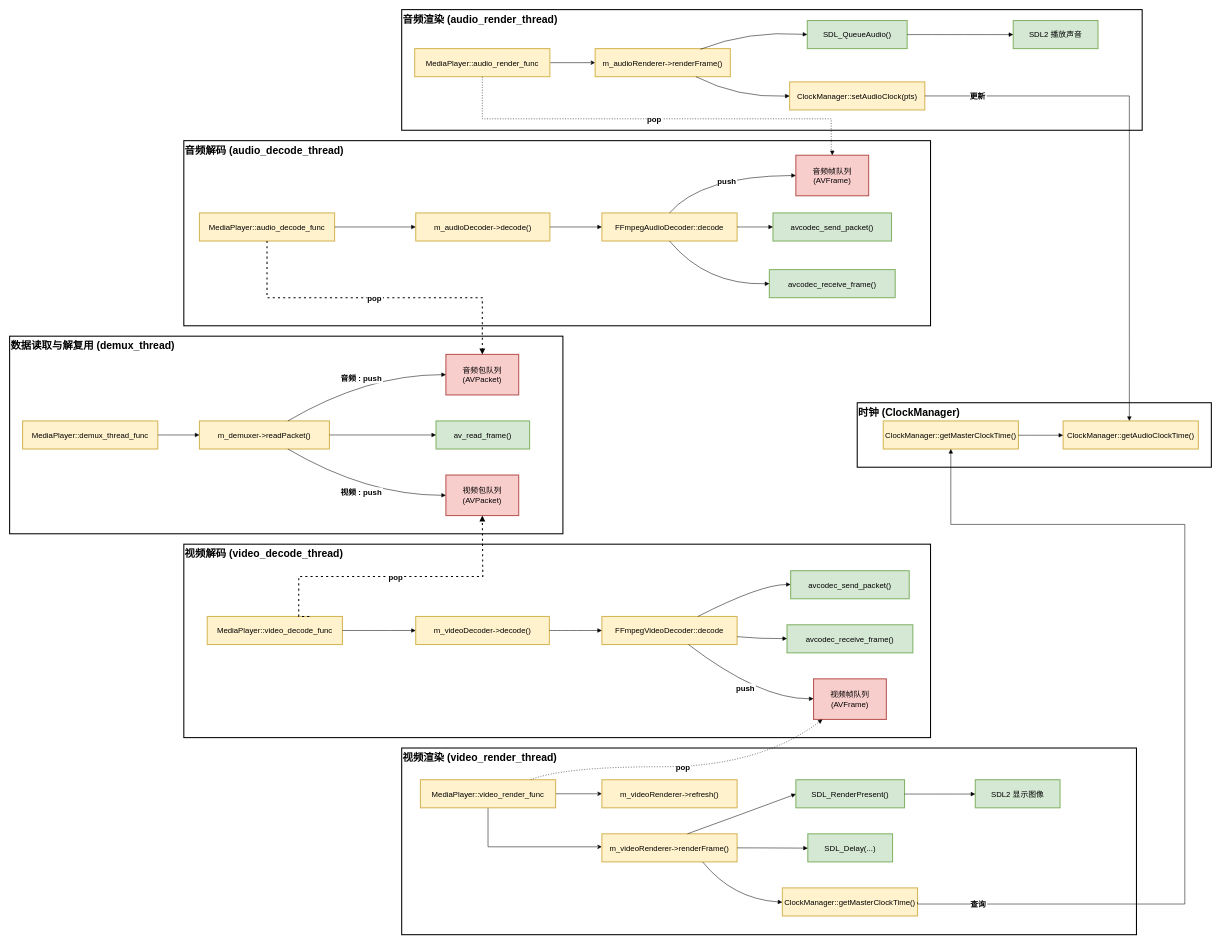
Before: docs/assets/pic3_2-overall_core_flowchart.drawio in Ko-vey/SDLplayerCore, a draw.io diagram. Source tidied: cells renumbered, new cells numbered last; positions are measured from the earlier drawing's top-left corner, leaving out a move shared by most shapes. Both pictures are drawn from the tidied source at 52%, with x=0, y=0 at pixel (9, 9).
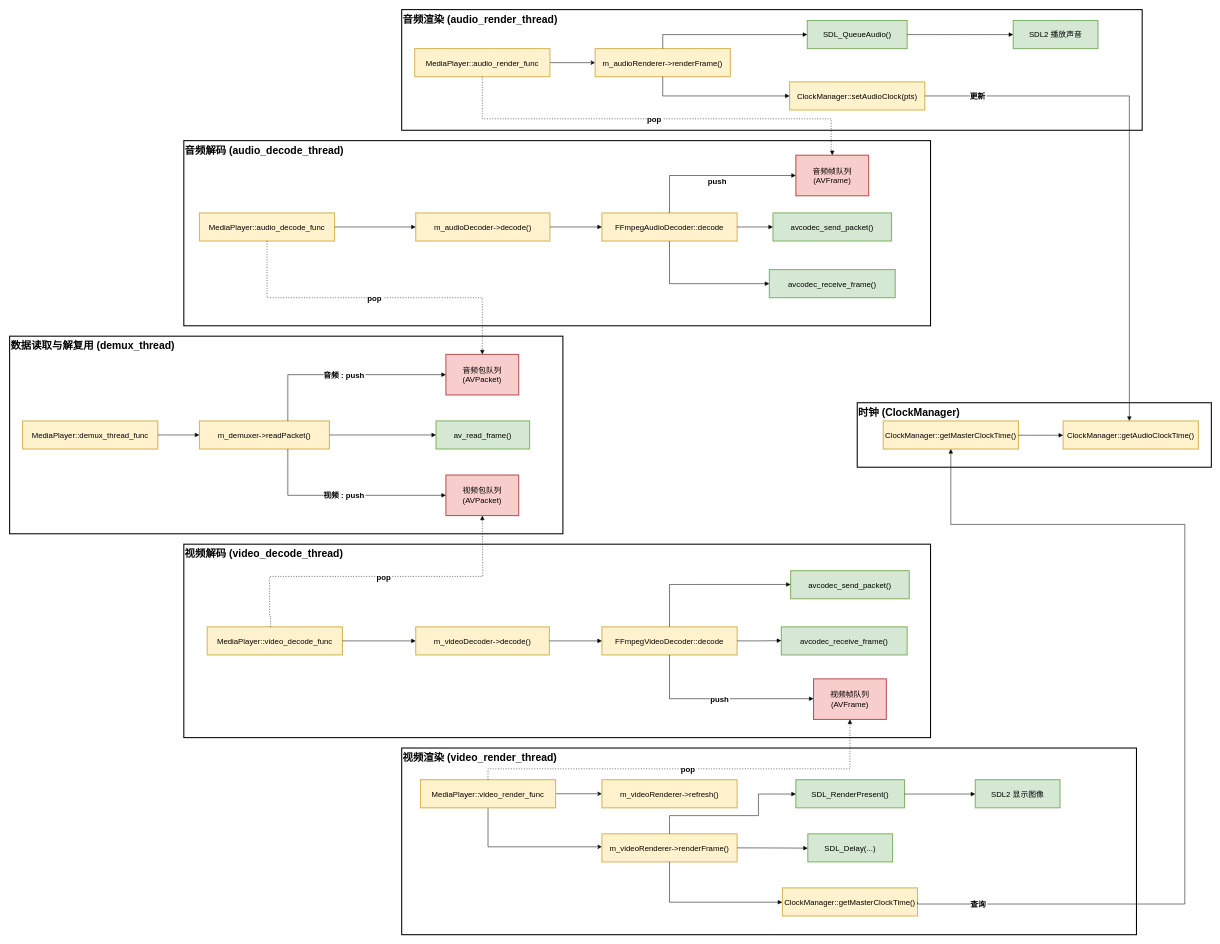
Above is the later version.

Commit message (it also covers changes not shown here):
对总体流程图做一些微调美化

Unchanged cells that the change refers to:
```xml
<mxCell id="9" value="m_demuxer-&gt;readPacket()" style="whiteSpace=wrap;strokeWidth=2;fontSize=15;fillColor=#fff2cc;strokeColor=#d6b656;" parent="1" vertex="1">
  <mxGeometry x="365" y="791" width="250" height="54" as="geometry" />
</mxCell>
<mxCell id="10" value="音频包队列&#10;(AVPacket)" style="whiteSpace=wrap;strokeWidth=2;fontSize=15;fillColor=#f8cecc;strokeColor=#b85450;" parent="1" vertex="1">
  <mxGeometry x="839" y="663" width="140" height="78" as="geometry" />
</mxCell>
<mxCell id="12" value="视频包队列&#10;(AVPacket)" style="whiteSpace=wrap;strokeWidth=2;fontSize=15;fillColor=#f8cecc;strokeColor=#b85450;" parent="1" vertex="1">
  <mxGeometry x="839" y="895" width="140" height="78" as="geometry" />
</mxCell>
<mxCell id="16" value="avcodec_send_packet()" style="whiteSpace=wrap;strokeWidth=2;fontSize=15;fillColor=#d5e8d4;strokeColor=#82b366;" parent="1" vertex="1">
  <mxGeometry x="1502" y="1079" width="228" height="54" as="geometry" />
</mxCell>
<mxCell id="18" value="视频帧队列&#10;(AVFrame)" style="whiteSpace=wrap;strokeWidth=2;fontSize=15;fillColor=#f8cecc;strokeColor=#b85450;" parent="1" vertex="1">
  <mxGeometry x="1546" y="1287" width="140" height="78" as="geometry" />
</mxCell>
<mxCell id="19" value="MediaPlayer::audio_decode_func" style="whiteSpace=wrap;strokeWidth=2;fontSize=15;fillColor=#fff2cc;strokeColor=#d6b656;" parent="1" vertex="1">
  <mxGeometry x="365" y="391" width="260" height="54" as="geometry" />
</mxCell>
<mxCell id="21" value="FFmpegAudioDecoder::decode" style="whiteSpace=wrap;strokeWidth=2;fontSize=15;fillColor=#fff2cc;strokeColor=#d6b656;" parent="1" vertex="1">
  <mxGeometry x="1139" y="391" width="260" height="54" as="geometry" />
</mxCell>
<mxCell id="23" value="avcodec_receive_frame()" style="whiteSpace=wrap;strokeWidth=2;fontSize=15;fillColor=#d5e8d4;strokeColor=#82b366;" parent="1" vertex="1">
  <mxGeometry x="1461" y="500" width="242" height="54" as="geometry" />
</mxCell>
<mxCell id="24" value="音频帧队列&#10;(AVFrame)" style="whiteSpace=wrap;strokeWidth=2;fontSize=15;fillColor=#f8cecc;strokeColor=#b85450;" parent="1" vertex="1">
  <mxGeometry x="1512" y="280" width="140" height="78" as="geometry" />
</mxCell>
<mxCell id="27" value="MediaPlayer::video_render_func" style="whiteSpace=wrap;strokeWidth=2;fontSize=15;fillColor=#fff2cc;strokeColor=#d6b656;" parent="1" vertex="1">
  <mxGeometry x="790" y="1481" width="260" height="54" as="geometry" />
</mxCell>
<mxCell id="28" value="m_videoRenderer-&gt;renderFrame()" style="whiteSpace=wrap;strokeWidth=2;fontSize=15;fillColor=#fff2cc;strokeColor=#d6b656;" parent="1" vertex="1">
  <mxGeometry x="1139" y="1585" width="260" height="54" as="geometry" />
</mxCell>
<mxCell id="29" value="ClockManager::getMasterClockTime()" style="whiteSpace=wrap;strokeWidth=2;fontSize=15;fillColor=#fff2cc;strokeColor=#d6b656;" parent="1" vertex="1">
  <mxGeometry x="1486" y="1689" width="260" height="54" as="geometry" />
</mxCell>
<mxCell id="31" value="SDL_RenderPresent()" style="whiteSpace=wrap;strokeWidth=2;fontSize=15;fillColor=#d5e8d4;strokeColor=#82b366;" parent="1" vertex="1">
  <mxGeometry x="1512" y="1481" width="209" height="54" as="geometry" />
</mxCell>
<mxCell id="36" value="m_audioRenderer-&gt;renderFrame()" style="whiteSpace=wrap;strokeWidth=2;fontSize=15;fillColor=#fff2cc;strokeColor=#d6b656;" parent="1" vertex="1">
  <mxGeometry x="1126" y="75" width="260" height="54" as="geometry" />
</mxCell>
<mxCell id="37" value="ClockManager::setAudioClock(pts)" style="whiteSpace=wrap;strokeWidth=2;fontSize=15;fillColor=#fff2cc;strokeColor=#d6b656;" parent="1" vertex="1">
  <mxGeometry x="1500" y="139" width="260" height="54" as="geometry" />
</mxCell>
<mxCell id="38" value="SDL_QueueAudio()" style="whiteSpace=wrap;strokeWidth=2;fontSize=15;fillColor=#d5e8d4;strokeColor=#82b366;" parent="1" vertex="1">
  <mxGeometry x="1534" y="21" width="192" height="54" as="geometry" />
</mxCell>
```

Diff of the diagram source:
```diff
@@
     <mxCell id="13" value="MediaPlayer::video_decode_func" style="whiteSpace=wrap;strokeWidth=2;fontSize=15;fillColor=#fff2cc;strokeColor=#d6b656;" parent="1" vertex="1">
-      <mxGeometry x="380" y="1167" width="260" height="54" as="geometry" />
+      <mxGeometry x="380" y="1187" width="260" height="54" as="geometry" />
     </mxCell>
     <mxCell id="14" value="m_videoDecoder-&gt;decode()" style="whiteSpace=wrap;strokeWidth=2;fontSize=15;fillColor=#fff2cc;strokeColor=#d6b656;" parent="1" vertex="1">
-      <mxGeometry x="781" y="1167" width="257" height="54" as="geometry" />
+      <mxGeometry x="781" y="1187" width="257" height="54" as="geometry" />
     </mxCell>
     <mxCell id="15" value="FFmpegVideoDecoder::decode" style="whiteSpace=wrap;strokeWidth=2;fontSize=15;fillColor=#fff2cc;strokeColor=#d6b656;" parent="1" vertex="1">
-      <mxGeometry x="1139" y="1167" width="260" height="54" as="geometry" />
+      <mxGeometry x="1139" y="1187" width="260" height="54" as="geometry" />
     </mxCell>
@@
     <mxCell id="17" value="avcodec_receive_frame()" style="whiteSpace=wrap;strokeWidth=2;fontSize=15;fillColor=#d5e8d4;strokeColor=#82b366;" parent="1" vertex="1">
-      <mxGeometry x="1495" y="1183" width="242" height="54" as="geometry" />
+      <mxGeometry x="1484" y="1187" width="242" height="54" as="geometry" />
     </mxCell>
@@
-    <mxCell id="43" value="音频 : push" style="curved=1;startArrow=none;endArrow=block;exitX=0.68;exitY=0;entryX=0;entryY=0.5;rounded=0;fontSize=15;fontStyle=1;" parent="1" edge="1" source="9" target="10">
-      <mxGeometry relative="1" as="geometry">
-        <Array as="points">
-          <mxPoint x="687" y="702" />
-        </Array>
-      </mxGeometry>
+    <mxCell id="43" value="音频 : push" style="startArrow=none;endArrow=block;exitX=0.68;exitY=0;entryX=0;entryY=0.5;rounded=0;fontSize=15;fontStyle=1;edgeStyle=orthogonalEdgeStyle;" parent="1" edge="1" source="9" target="10">
+      <mxGeometry relative="1" as="geometry" />
     </mxCell>
@@
-    <mxCell id="45" value="视频 : push" style="curved=1;startArrow=none;endArrow=block;exitX=0.68;exitY=1;entryX=0;entryY=0.5;rounded=0;fontSize=15;fontStyle=1;" parent="1" edge="1" source="9" target="12">
-      <mxGeometry relative="1" as="geometry">
-        <Array as="points">
-          <mxPoint x="687" y="934" />
-        </Array>
-      </mxGeometry>
+    <mxCell id="45" value="视频 : push" style="startArrow=none;endArrow=block;exitX=0.68;exitY=1;entryX=0;entryY=0.5;rounded=0;fontSize=15;fontStyle=1;edgeStyle=orthogonalEdgeStyle;" parent="1" edge="1" source="9" target="12">
+      <mxGeometry relative="1" as="geometry" />
     </mxCell>
-    <mxCell id="46" value="pop" style="dashed=1;dashPattern=2 3;startArrow=none;endArrow=block;exitX=0.75;exitY=0.01;entryX=0.5;entryY=1;rounded=0;edgeStyle=orthogonalEdgeStyle;strokeWidth=2;entryDx=0;entryDy=0;fontSize=15;fontStyle=1;" parent="1" edge="1" source="13" target="12">
-      <mxGeometry relative="1" as="geometry">
+    <mxCell id="46" value="pop" style="dashed=1;dashPattern=2 3;startArrow=none;endArrow=block;exitX=0.469;exitY=0.007;entryX=0.5;entryY=1;rounded=0;edgeStyle=orthogonalEdgeStyle;strokeWidth=1;entryDx=0;entryDy=0;fontSize=15;fontStyle=1;exitDx=0;exitDy=0;exitPerimeter=0;" parent="1" edge="1" source="13" target="12">
+      <mxGeometry x="0.02" relative="1" as="geometry">
         <Array as="points">
-          <mxPoint x="556" y="1167" />
-          <mxPoint x="556" y="1090" />
+          <mxPoint x="500" y="1167" />
+          <mxPoint x="500" y="1090" />
           <mxPoint x="910" y="1090" />
           <mxPoint x="910" y="973" />
         </Array>
       </mxGeometry>
     </mxCell>
-    <mxCell id="47" style="curved=1;startArrow=none;endArrow=block;exitX=1;exitY=0.5;entryX=0;entryY=0.5;rounded=0;exitDx=0;exitDy=0;" parent="1" edge="1" source="13" target="14">
-      <mxGeometry relative="1" as="geometry">
-        <Array as="points">
-          <mxPoint x="687" y="1194" />
-        </Array>
-      </mxGeometry>
+    <mxCell id="47" style="startArrow=none;endArrow=block;exitX=1;exitY=0.5;entryX=0;entryY=0.5;rounded=0;exitDx=0;exitDy=0;edgeStyle=orthogonalEdgeStyle;" parent="1" edge="1" source="13" target="14">
+      <mxGeometry relative="1" as="geometry" />
     </mxCell>
@@
-    <mxCell id="49" style="curved=1;startArrow=none;endArrow=block;exitX=0.71;exitY=0;entryX=0;entryY=0.49;rounded=0;" parent="1" edge="1" source="15" target="16">
-      <mxGeometry relative="1" as="geometry">
-        <Array as="points">
-          <mxPoint x="1443" y="1106" />
-        </Array>
-      </mxGeometry>
+    <mxCell id="49" style="startArrow=none;endArrow=block;exitX=0.5;exitY=0;entryX=0;entryY=0.49;rounded=0;edgeStyle=orthogonalEdgeStyle;exitDx=0;exitDy=0;" parent="1" edge="1" source="15" target="16">
+      <mxGeometry relative="1" as="geometry" />
     </mxCell>
-    <mxCell id="50" style="curved=1;startArrow=none;endArrow=block;exitX=1;exitY=0.72;entryX=0;entryY=0.49;rounded=0;" parent="1" edge="1" source="15" target="17">
-      <mxGeometry relative="1" as="geometry">
-        <Array as="points">
-          <mxPoint x="1443" y="1210" />
-        </Array>
-      </mxGeometry>
+    <mxCell id="50" style="startArrow=none;endArrow=block;exitX=1;exitY=0.5;entryX=0;entryY=0.49;rounded=0;edgeStyle=orthogonalEdgeStyle;exitDx=0;exitDy=0;" parent="1" edge="1" source="15" target="17">
+      <mxGeometry relative="1" as="geometry" />
     </mxCell>
-    <mxCell id="51" value="push" style="curved=1;startArrow=none;endArrow=block;exitX=0.64;exitY=1;entryX=0;entryY=0.49;rounded=0;fontSize=15;fontStyle=1;" parent="1" edge="1" source="15" target="18">
-      <mxGeometry relative="1" as="geometry">
-        <Array as="points">
-          <mxPoint x="1443" y="1326" />
-        </Array>
-      </mxGeometry>
+    <mxCell id="51" value="push" style="startArrow=none;endArrow=block;exitX=0.5;exitY=1;entryX=0;entryY=0.49;rounded=0;fontSize=15;fontStyle=1;edgeStyle=orthogonalEdgeStyle;exitDx=0;exitDy=0;" parent="1" edge="1" source="15" target="18">
+      <mxGeometry relative="1" as="geometry" />
     </mxCell>
-    <mxCell id="52" value="pop" style="dashed=1;dashPattern=2 3;startArrow=none;endArrow=block;exitX=0.5;exitY=1;rounded=0;edgeStyle=orthogonalEdgeStyle;strokeWidth=2;exitDx=0;exitDy=0;fontSize=15;fontStyle=1;" parent="1" edge="1" source="19" target="10">
+    <mxCell id="52" value="pop" style="dashed=1;dashPattern=2 3;startArrow=none;endArrow=block;exitX=0.5;exitY=1;rounded=0;edgeStyle=orthogonalEdgeStyle;strokeWidth=1;exitDx=0;exitDy=0;fontSize=15;fontStyle=1;" parent="1" edge="1" source="19" target="10">
       <mxGeometry relative="1" as="geometry" />
     </mxCell>
@@
-    <mxCell id="56" style="curved=1;startArrow=none;endArrow=block;exitX=0.5;exitY=1;entryX=0;entryY=0.5;rounded=0;exitDx=0;exitDy=0;" parent="1" edge="1" source="21" target="23">
-      <mxGeometry relative="1" as="geometry">
-        <Array as="points">
-          <mxPoint x="1340" y="530" />
-        </Array>
-      </mxGeometry>
+    <mxCell id="56" style="startArrow=none;endArrow=block;exitX=0.5;exitY=1;entryX=0;entryY=0.5;rounded=0;exitDx=0;exitDy=0;edgeStyle=orthogonalEdgeStyle;" parent="1" edge="1" source="21" target="23">
+      <mxGeometry relative="1" as="geometry" />
     </mxCell>
-    <mxCell id="57" value="push" style="curved=1;startArrow=none;endArrow=block;exitX=0.5;exitY=0;entryX=0;entryY=0.5;rounded=0;exitDx=0;exitDy=0;fontSize=15;fontStyle=1;" parent="1" edge="1" source="21" target="24">
-      <mxGeometry x="0.04" y="-10" relative="1" as="geometry">
-        <Array as="points">
-          <mxPoint x="1330" y="320" />
-        </Array>
-      </mxGeometry>
+    <mxCell id="57" value="push" style="startArrow=none;endArrow=block;exitX=0.5;exitY=0;entryX=0;entryY=0.5;rounded=0;exitDx=0;exitDy=0;fontSize=15;fontStyle=1;edgeStyle=orthogonalEdgeStyle;" parent="1" edge="1" source="21" target="24">
+      <mxGeometry x="0.04" y="-10" relative="1" as="geometry" />
     </mxCell>
-    <mxCell id="58" value="pop" style="curved=1;dashed=1;dashPattern=2 3;startArrow=none;endArrow=block;exitX=0.81;exitY=0.01;entryX=0.13;entryY=0.99;rounded=0;fontSize=15;fontStyle=1;" parent="1" edge="1" source="27" target="18">
+    <mxCell id="58" value="pop" style="dashed=1;dashPattern=2 3;startArrow=none;endArrow=block;exitX=0.5;exitY=0;entryX=0.5;entryY=1;rounded=0;fontSize=15;fontStyle=1;edgeStyle=orthogonalEdgeStyle;exitDx=0;exitDy=0;entryDx=0;entryDy=0;" parent="1" edge="1" source="27" target="18">
       <mxGeometry relative="1" as="geometry">
         <Array as="points">
-          <mxPoint x="1064" y="1456" />
-          <mxPoint x="1443" y="1456" />
+          <mxPoint x="920" y="1460" />
+          <mxPoint x="1616" y="1460" />
         </Array>
       </mxGeometry>
     </mxCell>
-    <mxCell id="59" style="curved=1;startArrow=none;endArrow=block;exitX=0.75;exitY=1.01;entryX=0;entryY=0.51;rounded=0;" parent="1" edge="1" source="28" target="29">
-      <mxGeometry relative="1" as="geometry">
-        <Array as="points">
-          <mxPoint x="1390" y="1710" />
-        </Array>
-      </mxGeometry>
+    <mxCell id="59" style="startArrow=none;endArrow=block;exitX=0.5;exitY=1;entryX=0;entryY=0.51;rounded=0;edgeStyle=orthogonalEdgeStyle;exitDx=0;exitDy=0;" parent="1" edge="1" source="28" target="29">
+      <mxGeometry relative="1" as="geometry" />
     </mxCell>
@@
-    <mxCell id="61" style="curved=1;startArrow=none;endArrow=block;exitX=0.63;exitY=0.01;entryX=0;entryY=0.51;rounded=0;" parent="1" edge="1" source="28" target="31">
+    <mxCell id="61" style="startArrow=none;endArrow=block;exitX=0.5;exitY=0;entryX=0;entryY=0.51;rounded=0;edgeStyle=orthogonalEdgeStyle;exitDx=0;exitDy=0;" parent="1" edge="1" source="28" target="31">
       <mxGeometry relative="1" as="geometry">
         <Array as="points">
-          <mxPoint x="1400" y="1550" />
+          <mxPoint x="1269" y="1550" />
+          <mxPoint x="1440" y="1550" />
+          <mxPoint x="1440" y="1509" />
         </Array>
       </mxGeometry>
     </mxCell>
@@
-    <mxCell id="64" style="curved=1;startArrow=none;endArrow=block;exitX=0.75;exitY=1.01;entryX=0;entryY=0.5;rounded=0;" parent="1" edge="1" source="36" target="37">
-      <mxGeometry relative="1" as="geometry">
-        <Array as="points">
-          <mxPoint x="1400" y="170" />
-        </Array>
-      </mxGeometry>
+    <mxCell id="64" style="startArrow=none;endArrow=block;exitX=0.5;exitY=1;entryX=0;entryY=0.5;rounded=0;edgeStyle=orthogonalEdgeStyle;exitDx=0;exitDy=0;" parent="1" edge="1" source="36" target="37">
+      <mxGeometry relative="1" as="geometry" />
     </mxCell>
-    <mxCell id="65" style="curved=1;startArrow=none;endArrow=block;exitX=0.778;exitY=0.023;entryX=0;entryY=0.5;rounded=0;exitDx=0;exitDy=0;exitPerimeter=0;" parent="1" edge="1" source="36" target="38">
-      <mxGeometry relative="1" as="geometry">
-        <Array as="points">
-          <mxPoint x="1420" y="40" />
-        </Array>
-      </mxGeometry>
+    <mxCell id="65" style="startArrow=none;endArrow=block;exitX=0.5;exitY=0;entryX=0;entryY=0.5;rounded=0;exitDx=0;exitDy=0;edgeStyle=orthogonalEdgeStyle;" parent="1" edge="1" source="36" target="38">
+      <mxGeometry relative="1" as="geometry" />
     </mxCell>
```
